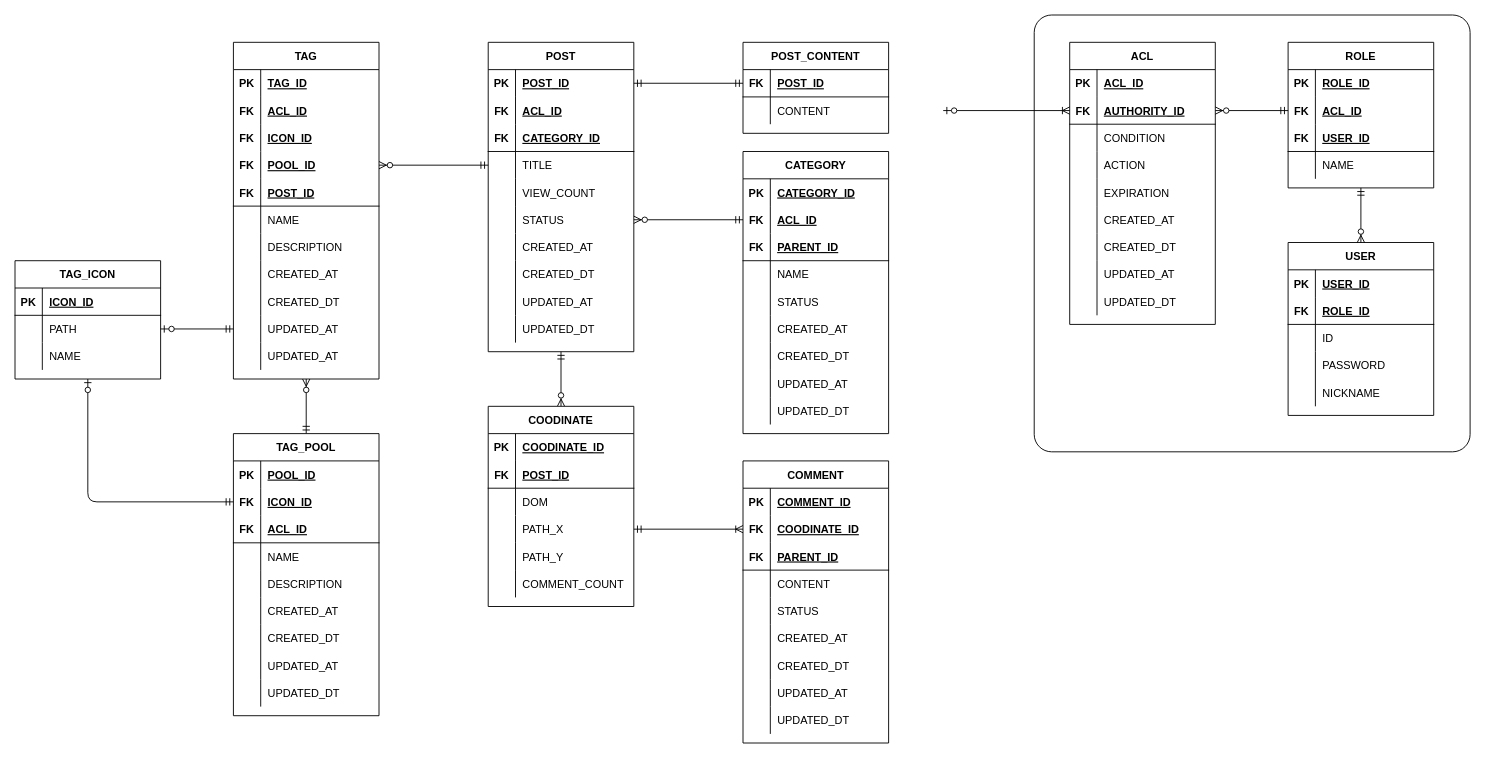
Above: erd/Untitled Diagram.drawio in pollra/pudding-back (draw.io), before the change. Source tidied: cells renumbered, new cells numbered last; positions are measured from the earlier drawing's top-left corner, leaving out a move shared by most shapes. Both pictures are drawn from the tidied source at 91%, with x=0, y=0 at pixel (15, 15).
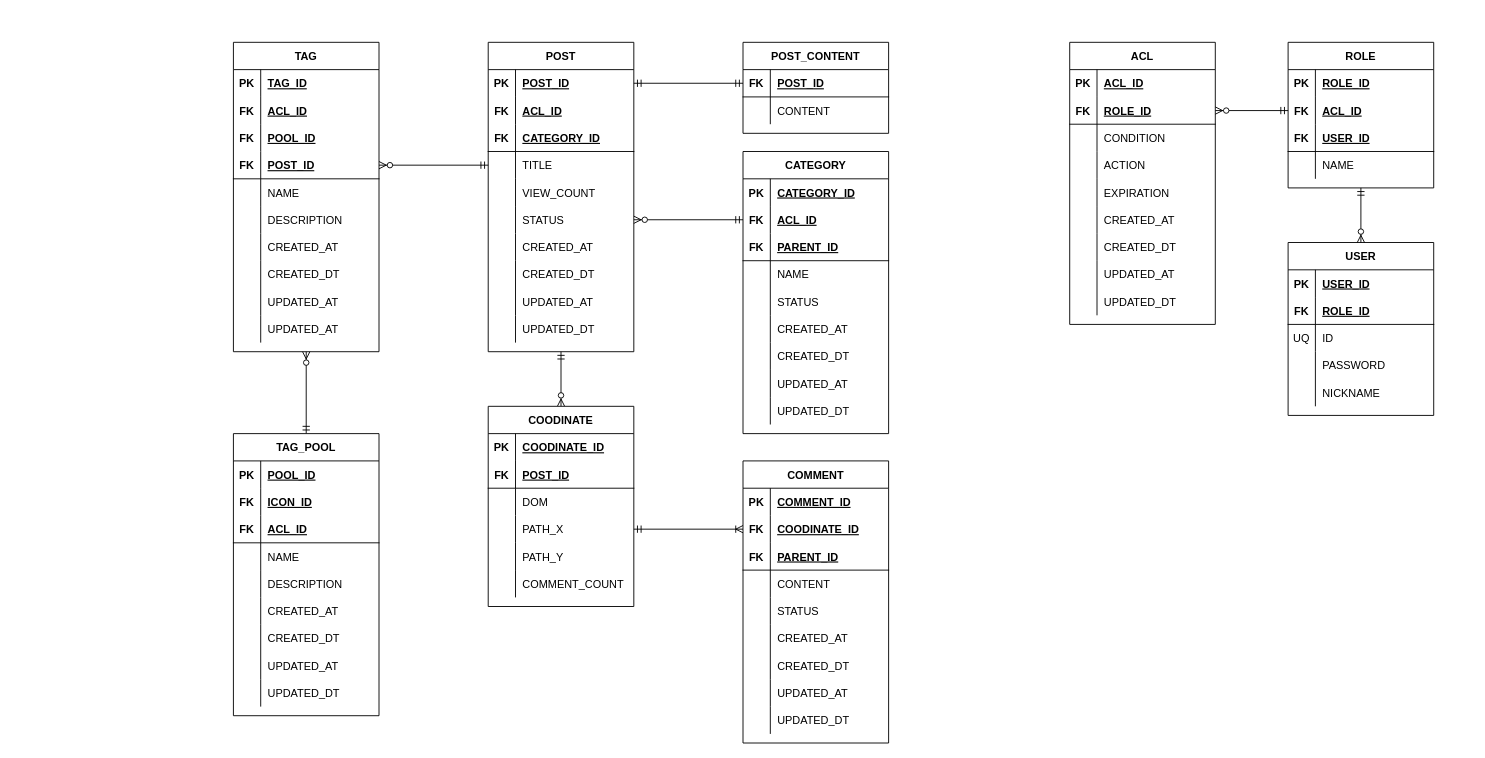
After the change.

Unchanged cells that the change refers to:
```xml
<mxCell id="13" style="shape=partialRectangle;fillColor=none;top=0;left=0;bottom=0;right=0;points=[[0,0.5],[1,0.5]];portConstraint=eastwest;" parent="3" vertex="1">
  <mxGeometry y="120" width="160" height="30" as="geometry" />
</mxCell>
<mxCell id="76" style="shape=partialRectangle;fillColor=none;top=0;left=0;bottom=0;right=0;points=[[0,0.5],[1,0.5]];portConstraint=eastwest;" parent="72" vertex="1">
  <mxGeometry y="60" width="160" height="30" as="geometry" />
</mxCell>
<mxCell id="188" style="shape=partialRectangle;fillColor=none;top=0;left=0;bottom=1;right=0;points=[[0,0.5],[1,0.5]];portConstraint=eastwest;" parent="184" vertex="1">
  <mxGeometry y="60" width="160" height="30" as="geometry" />
</mxCell>
<mxCell id="232" style="shape=partialRectangle;fillColor=none;top=0;left=0;bottom=0;right=0;" parent="225" vertex="1">
  <mxGeometry y="90" width="160" height="30" as="geometry" />
</mxCell>
```

What changed in the source:
```diff
@@
-    <mxCell id="2" style="rounded=1;whiteSpace=wrap;html=1;arcSize=4;" parent="1" vertex="1">
-      <mxGeometry x="1120" width="479" height="480" as="geometry" />
-    </mxCell>
@@
-    <mxCell id="36" style="fontSize=12;html=1;endArrow=ERzeroToMany;startArrow=ERmandOne;entryX=1;entryY=0.5;entryDx=0;entryDy=0;exitX=0;exitY=0.5;exitDx=0;exitDy=0;" parent="1" edge="1" source="13" target="47">
+    <mxCell id="36" style="fontSize=12;html=1;endArrow=ERzeroToMany;startArrow=ERmandOne;entryX=1;entryY=0.5;entryDx=0;entryDy=0;exitX=0;exitY=0.5;exitDx=0;exitDy=0;" parent="1" edge="1" source="13" target="50">
       <mxGeometry relative="1" as="geometry" />
     </mxCell>
     <mxCell id="37" value="TAG" style="shape=table;startSize=30;childLayout=tableLayout;rowLines=0;fontStyle=1;align=center;" parent="1" vertex="1">
-      <mxGeometry x="240" y="30" width="160" height="370" as="geometry" />
+      <mxGeometry x="240" y="30" width="160" height="340" as="geometry" />
     </mxCell>
@@
-    <mxCell id="44" style="shape=partialRectangle;fillColor=none;top=0;left=0;bottom=0;right=0;" parent="37" vertex="1">
-      <mxGeometry y="90" width="160" height="30" as="geometry" />
-    </mxCell>
-    <mxCell id="45" value="FK" style="shape=partialRectangle;fillColor=none;top=0;left=0;bottom=0;right=0;overflow=hidden;fontStyle=1;" parent="44" vertex="1">
-      <mxGeometry width="30" height="30" as="geometry" />
-    </mxCell>
-    <mxCell id="46" value="ICON_ID" style="shape=partialRectangle;fillColor=none;top=0;left=0;bottom=0;right=0;align=left;spacingLeft=6;overflow=hidden;fontStyle=5;" parent="44" vertex="1">
-      <mxGeometry x="30" width="130" height="30" as="geometry" />
-    </mxCell>
     <mxCell id="47" style="shape=partialRectangle;fillColor=none;top=0;left=0;bottom=0;right=0;points=[[0,0.5],[1,0.5]];portConstraint=eastwest;" parent="37" vertex="1">
-      <mxGeometry y="120" width="160" height="30" as="geometry" />
+      <mxGeometry y="90" width="160" height="30" as="geometry" />
     </mxCell>
@@
     <mxCell id="50" style="shape=partialRectangle;fillColor=none;top=0;left=0;bottom=1;right=0;points=[[0,0.5],[1,0.5]];portConstraint=eastwest;" parent="37" vertex="1">
-      <mxGeometry y="150" width="160" height="30" as="geometry" />
+      <mxGeometry y="120" width="160" height="30" as="geometry" />
     </mxCell>
@@
     <mxCell id="53" style="shape=partialRectangle;fillColor=none;top=0;left=0;bottom=0;right=0;" parent="37" vertex="1">
-      <mxGeometry y="180" width="160" height="30" as="geometry" />
+      <mxGeometry y="150" width="160" height="30" as="geometry" />
     </mxCell>
@@
     <mxCell id="56" style="shape=partialRectangle;fillColor=none;top=0;left=0;bottom=0;right=0;" parent="37" vertex="1">
-      <mxGeometry y="210" width="160" height="30" as="geometry" />
+      <mxGeometry y="180" width="160" height="30" as="geometry" />
     </mxCell>
@@
     <mxCell id="59" style="shape=partialRectangle;fillColor=none;top=0;left=0;bottom=0;right=0;" parent="37" vertex="1">
-      <mxGeometry y="240" width="160" height="30" as="geometry" />
+      <mxGeometry y="210" width="160" height="30" as="geometry" />
     </mxCell>
@@
     <mxCell id="62" style="shape=partialRectangle;fillColor=none;top=0;left=0;bottom=0;right=0;" parent="37" vertex="1">
-      <mxGeometry y="270" width="160" height="30" as="geometry" />
+      <mxGeometry y="240" width="160" height="30" as="geometry" />
     </mxCell>
@@
     <mxCell id="65" style="shape=partialRectangle;fillColor=none;top=0;left=0;bottom=0;right=0;points=[[0,0.5],[1,0.5]];portConstraint=eastwest;" parent="37" vertex="1">
-      <mxGeometry y="300" width="160" height="30" as="geometry" />
+      <mxGeometry y="270" width="160" height="30" as="geometry" />
     </mxCell>
@@
     <mxCell id="68" style="shape=partialRectangle;fillColor=none;top=0;left=0;bottom=0;right=0;" parent="37" vertex="1">
-      <mxGeometry y="330" width="160" height="30" as="geometry" />
+      <mxGeometry y="300" width="160" height="30" as="geometry" />
     </mxCell>
@@
-    <mxCell id="190" value="AUTHORITY_ID" style="shape=partialRectangle;fillColor=none;top=0;left=0;bottom=0;right=0;align=left;spacingLeft=6;fontStyle=5;overflow=hidden;" parent="188" vertex="1">
+    <mxCell id="190" value="ROLE_ID" style="shape=partialRectangle;fillColor=none;top=0;left=0;bottom=0;right=0;align=left;spacingLeft=6;fontStyle=5;overflow=hidden;" parent="188" vertex="1">
       <mxGeometry x="30" width="130" height="30" as="geometry" />
     </mxCell>
@@
-    <mxCell id="233" style="shape=partialRectangle;fillColor=none;top=0;left=0;bottom=0;right=0;overflow=hidden;" parent="232" vertex="1">
+    <mxCell id="233" value="UQ" style="shape=partialRectangle;fillColor=none;top=0;left=0;bottom=0;right=0;overflow=hidden;" parent="232" vertex="1">
       <mxGeometry width="30" height="30" as="geometry" />
     </mxCell>
@@
-    <mxCell id="243" style="fontSize=12;html=1;endArrow=ERoneToMany;startArrow=ERzeroToOne;entryX=0;entryY=0.5;entryDx=0;entryDy=0;" parent="1" edge="1" target="188">
-      <mxGeometry relative="1" as="geometry">
-        <mxPoint x="1020" y="105" as="sourcePoint" />
-      </mxGeometry>
-    </mxCell>
-    <mxCell id="244" value="TAG_ICON" style="shape=table;startSize=30;childLayout=tableLayout;rowLines=0;fontStyle=1;align=center;" parent="1" vertex="1">
-      <mxGeometry y="270" width="160" height="130" as="geometry" />
-    </mxCell>
-    <mxCell id="245" style="shape=partialRectangle;fillColor=none;top=0;left=0;bottom=1;right=0;" parent="244" vertex="1">
-      <mxGeometry y="30" width="160" height="30" as="geometry" />
-    </mxCell>
-    <mxCell id="246" value="PK" style="shape=partialRectangle;fillColor=none;top=0;left=0;bottom=0;right=0;fontStyle=1;overflow=hidden;" parent="245" vertex="1">
-      <mxGeometry width="30" height="30" as="geometry" />
-    </mxCell>
-    <mxCell id="247" value="ICON_ID" style="shape=partialRectangle;fillColor=none;top=0;left=0;bottom=0;right=0;align=left;spacingLeft=6;fontStyle=5;overflow=hidden;" parent="245" vertex="1">
-      <mxGeometry x="30" width="130" height="30" as="geometry" />
-    </mxCell>
-    <mxCell id="248" style="shape=partialRectangle;fillColor=none;top=0;left=0;bottom=0;right=0;points=[[0,0.5],[1,0.5]];portConstraint=eastwest;" parent="244" vertex="1">
-      <mxGeometry y="60" width="160" height="30" as="geometry" />
-    </mxCell>
-    <mxCell id="249" style="shape=partialRectangle;fillColor=none;top=0;left=0;bottom=0;right=0;overflow=hidden;" parent="248" vertex="1">
-      <mxGeometry width="30" height="30" as="geometry" />
-    </mxCell>
-    <mxCell id="250" value="PATH" style="shape=partialRectangle;fillColor=none;top=0;left=0;bottom=0;right=0;align=left;spacingLeft=6;overflow=hidden;" parent="248" vertex="1">
-      <mxGeometry x="30" width="130" height="30" as="geometry" />
-    </mxCell>
-    <mxCell id="251" style="shape=partialRectangle;fillColor=none;top=0;left=0;bottom=0;right=0;" parent="244" vertex="1">
-      <mxGeometry y="90" width="160" height="30" as="geometry" />
-    </mxCell>
-    <mxCell id="252" style="shape=partialRectangle;fillColor=none;top=0;left=0;bottom=0;right=0;overflow=hidden;" parent="251" vertex="1">
-      <mxGeometry width="30" height="30" as="geometry" />
-    </mxCell>
-    <mxCell id="253" value="NAME" style="shape=partialRectangle;fillColor=none;top=0;left=0;bottom=0;right=0;align=left;spacingLeft=6;overflow=hidden;" parent="251" vertex="1">
-      <mxGeometry x="30" width="130" height="30" as="geometry" />
-    </mxCell>
-    <mxCell id="254" style="fontSize=12;html=1;endArrow=ERzeroToOne;startArrow=ERmandOne;entryX=1;entryY=0.5;entryDx=0;entryDy=0;exitX=0;exitY=0.5;exitDx=0;exitDy=0;" parent="1" edge="1" source="65" target="248">
-      <mxGeometry relative="1" as="geometry" />
-    </mxCell>
-    <mxCell id="255" style="fontSize=12;html=1;endArrow=ERzeroToOne;startArrow=ERmandOne;entryX=0.5;entryY=1;entryDx=0;entryDy=0;exitX=0;exitY=0.5;exitDx=0;exitDy=0;" parent="1" edge="1" source="76" target="244">
-      <mxGeometry relative="1" as="geometry">
-        <Array as="points">
-          <mxPoint x="80" y="535" />
-        </Array>
-      </mxGeometry>
-    </mxCell>
```
